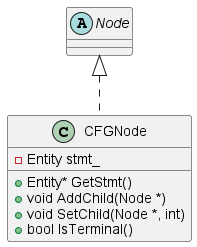
Before: docs/images/SPCFGNodeClassDiagram.png, a diagram exported from PlantUML (mazx4960/static-analyzer).
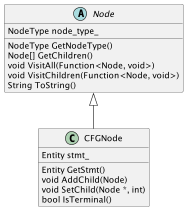
The same file after the commit.

Diff of the diagram source:
```diff
@@ -1,14 +1,22 @@
 @startuml
 
-abstract class Node
-class CFGNode {
-    -Entity stmt_
-    +Entity* GetStmt()
-    +void AddChild(Node *)
-    +void SetChild(Node *, int)
-    +bool IsTerminal()
+abstract class Node {
+    NodeType node_type_
+    NodeType GetNodeType()
+    Node[] GetChildren()
+    void VisitAll(Function<Node, void>)
+    void VisitChildren(Function<Node, void>)
+    String ToString()
 }
 
-CFGNode .up.|> Node
+class CFGNode {
+    Entity stmt_
+    Entity GetStmt()
+    void AddChild(Node)
+    void SetChild(Node *, int)
+    bool IsTerminal()
+}
+
+Node <|-down- CFGNode
 
 @enduml
```
